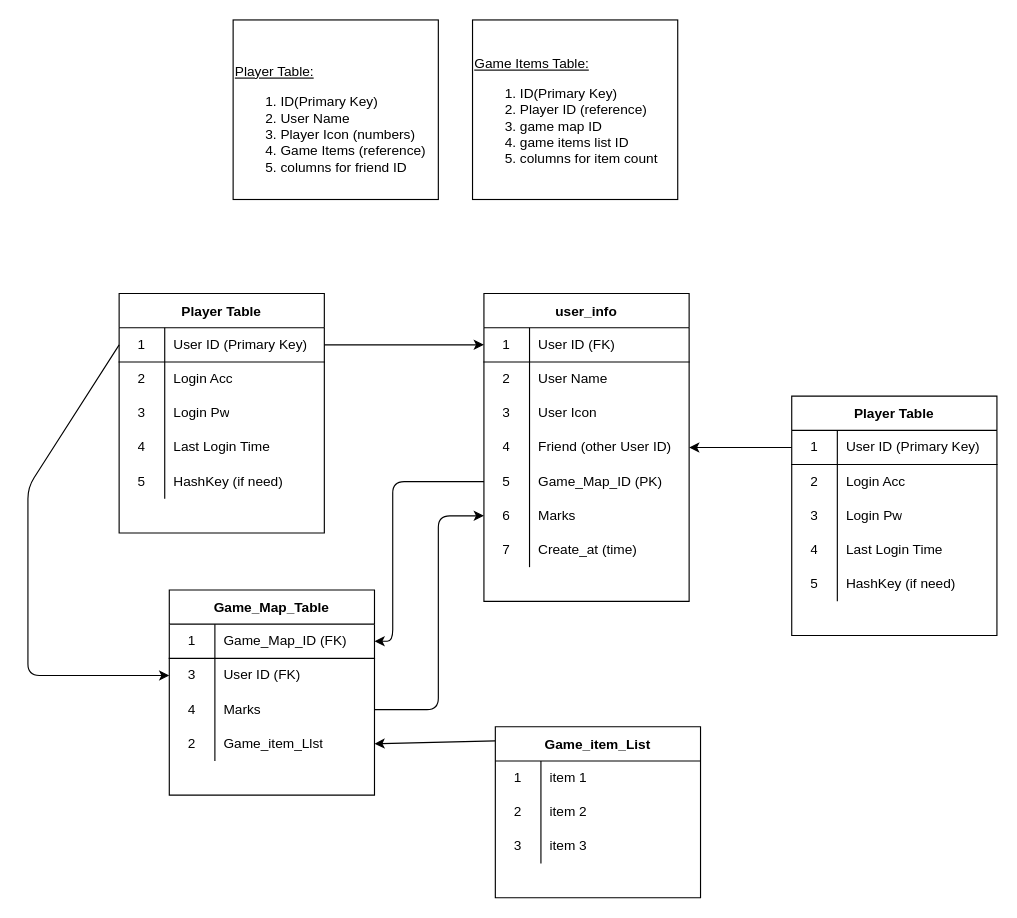
HarryAtWorld/Tecky_Pixel_Farm keeps this draw.io diagram as page "DataBase_DIO_v1" (2 of 2) of Read_Me/Design.drawio. Above is the earlier version. Source tidied: cells renumbered, new cells numbered last; positions are measured from the earlier drawing's top-left corner, leaving out a move shared by most shapes. Both pictures are drawn from the tidied source at 114%, with x=0, y=0 at pixel (27, 19).
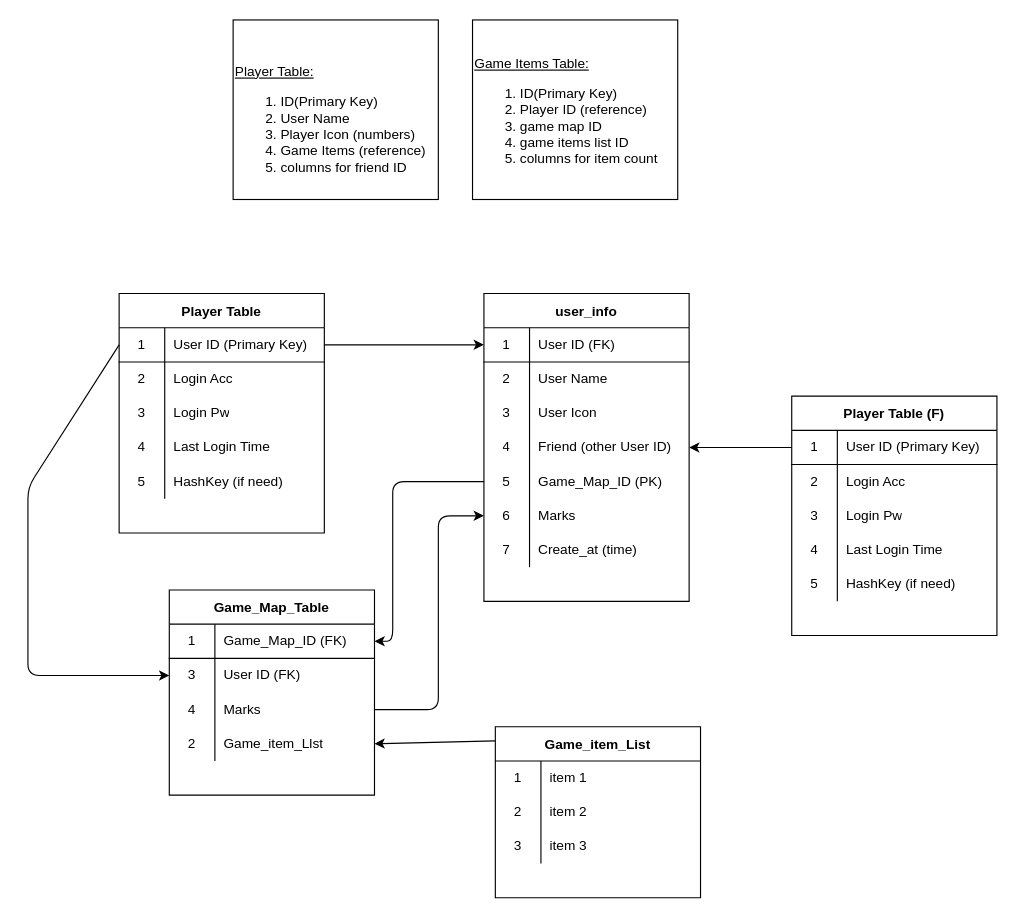
After the change.

Diff of the diagram source:
```diff
@@
-    <mxCell id="69" value="Player Table" style="shape=table;startSize=30;childLayout=tableLayout;rowLines=0;fontStyle=1;align=center;" parent="1" vertex="1">
+    <mxCell id="69" value="Player Table (F)" style="shape=table;startSize=30;childLayout=tableLayout;rowLines=0;fontStyle=1;align=center;" parent="1" vertex="1">
       <mxGeometry x="670" y="330" width="180" height="210" as="geometry" />
     </mxCell>
```
